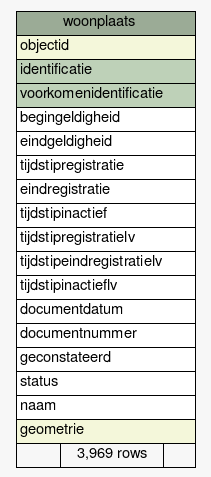
Above: datamodel/schemaspy/bag/diagrams/summary/woonplaats.1degree.png in B3Partners/brmo (Graphviz), before the change. Its source is kept beside it as datamodel/schemaspy/bag/diagrams/summary/woonplaats.1degree.dot. The source it was exported from:
```dot
digraph "woonplaats" {
  graph [
    rankdir="RL"
    bgcolor="#f7f7f7"
    nodesep="0.18"
    ranksep="0.46"
    fontname="Helvetica"
    fontsize="11"
  ];
  node [
    fontname="Helvetica"
    fontsize="11"
    shape="plaintext"
  ];
  edge [
    arrowsize="0.8"
  ];
  "woonplaats" [
    label=<
    <TABLE BORDER="0" CELLBORDER="1" CELLSPACING="0" BGCOLOR="#ffffff">
      <TR><TD COLSPAN="3" BGCOLOR="#9bab96" ALIGN="CENTER">woonplaats</TD></TR>
      <TR><TD PORT="objectid" COLSPAN="3" BGCOLOR="#f4f7da" ALIGN="LEFT">objectid</TD></TR>
      <TR><TD PORT="identificatie" COLSPAN="3" BGCOLOR="#bed1b8" ALIGN="LEFT">identificatie</TD></TR>
      <TR><TD PORT="voorkomenidentificatie" COLSPAN="3" BGCOLOR="#bed1b8" ALIGN="LEFT">voorkomenidentificatie</TD></TR>
      <TR><TD PORT="begingeldigheid" COLSPAN="3" ALIGN="LEFT">begingeldigheid</TD></TR>
      <TR><TD PORT="eindgeldigheid" COLSPAN="3" ALIGN="LEFT">eindgeldigheid</TD></TR>
      <TR><TD PORT="tijdstipregistratie" COLSPAN="3" ALIGN="LEFT">tijdstipregistratie</TD></TR>
      <TR><TD PORT="eindregistratie" COLSPAN="3" ALIGN="LEFT">eindregistratie</TD></TR>
      <TR><TD PORT="tijdstipinactief" COLSPAN="3" ALIGN="LEFT">tijdstipinactief</TD></TR>
      <TR><TD PORT="tijdstipregistratielv" COLSPAN="3" ALIGN="LEFT">tijdstipregistratielv</TD></TR>
      <TR><TD PORT="tijdstipeindregistratielv" COLSPAN="3" ALIGN="LEFT">tijdstipeindregistratielv</TD></TR>
      <TR><TD PORT="tijdstipinactieflv" COLSPAN="3" ALIGN="LEFT">tijdstipinactieflv</TD></TR>
      <TR><TD PORT="documentdatum" COLSPAN="3" ALIGN="LEFT">documentdatum</TD></TR>
      <TR><TD PORT="documentnummer" COLSPAN="3" ALIGN="LEFT">documentnummer</TD></TR>
      <TR><TD PORT="geconstateerd" COLSPAN="3" ALIGN="LEFT">geconstateerd</TD></TR>
      <TR><TD PORT="status" COLSPAN="3" ALIGN="LEFT">status</TD></TR>
      <TR><TD PORT="naam" COLSPAN="3" ALIGN="LEFT">naam</TD></TR>
      <TR><TD PORT="geometrie" COLSPAN="3" BGCOLOR="#f4f7da" ALIGN="LEFT">geometrie</TD></TR>
      <TR><TD ALIGN="LEFT" BGCOLOR="#f7f7f7">  </TD><TD ALIGN="RIGHT" BGCOLOR="#f7f7f7">3,969 rows</TD><TD ALIGN="RIGHT" BGCOLOR="#f7f7f7">  </TD></TR>
    </TABLE>>
    URL="tables/woonplaats.html"
    tooltip="woonplaats"
  ];
}
```
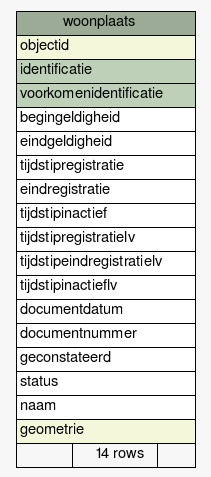
The same file after the commit.

The edit, as a diff of the source:
```diff
@@ -36,7 +36,7 @@
       <TR><TD PORT="status" COLSPAN="3" ALIGN="LEFT">status</TD></TR>
       <TR><TD PORT="naam" COLSPAN="3" ALIGN="LEFT">naam</TD></TR>
       <TR><TD PORT="geometrie" COLSPAN="3" BGCOLOR="#f4f7da" ALIGN="LEFT">geometrie</TD></TR>
-      <TR><TD ALIGN="LEFT" BGCOLOR="#f7f7f7">  </TD><TD ALIGN="RIGHT" BGCOLOR="#f7f7f7">3,969 rows</TD><TD ALIGN="RIGHT" BGCOLOR="#f7f7f7">  </TD></TR>
+      <TR><TD ALIGN="LEFT" BGCOLOR="#f7f7f7">  </TD><TD ALIGN="RIGHT" BGCOLOR="#f7f7f7">14 rows</TD><TD ALIGN="RIGHT" BGCOLOR="#f7f7f7">  </TD></TR>
     </TABLE>>
     URL="tables/woonplaats.html"
     tooltip="woonplaats"
```
